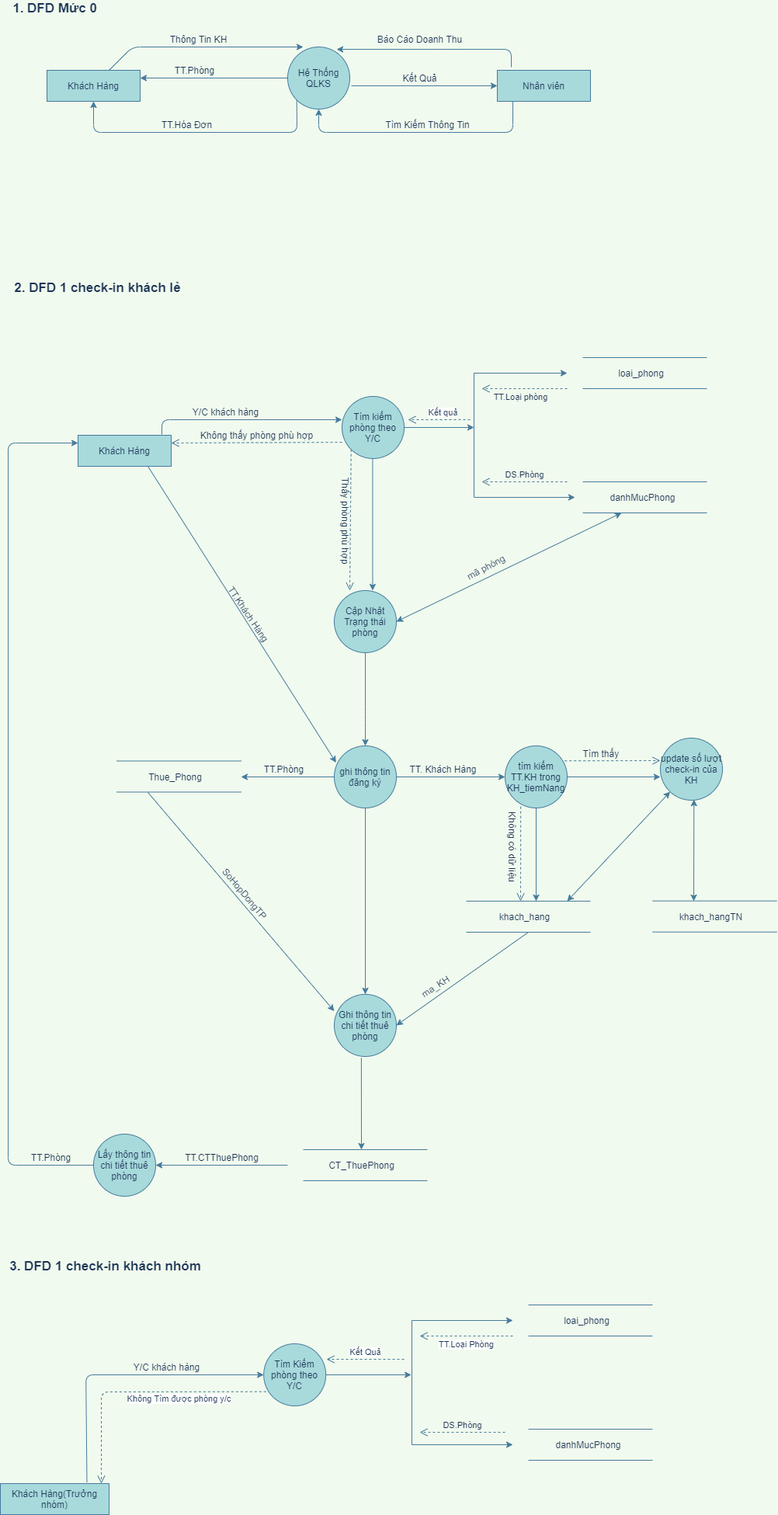
The draw.io diagram DFD-hotel.png in maialino123/QLKS, before a commit. Source tidied: cells renumbered, new cells last; positions are measured from the earlier drawing's top-left corner, leaving out a move shared by most shapes.
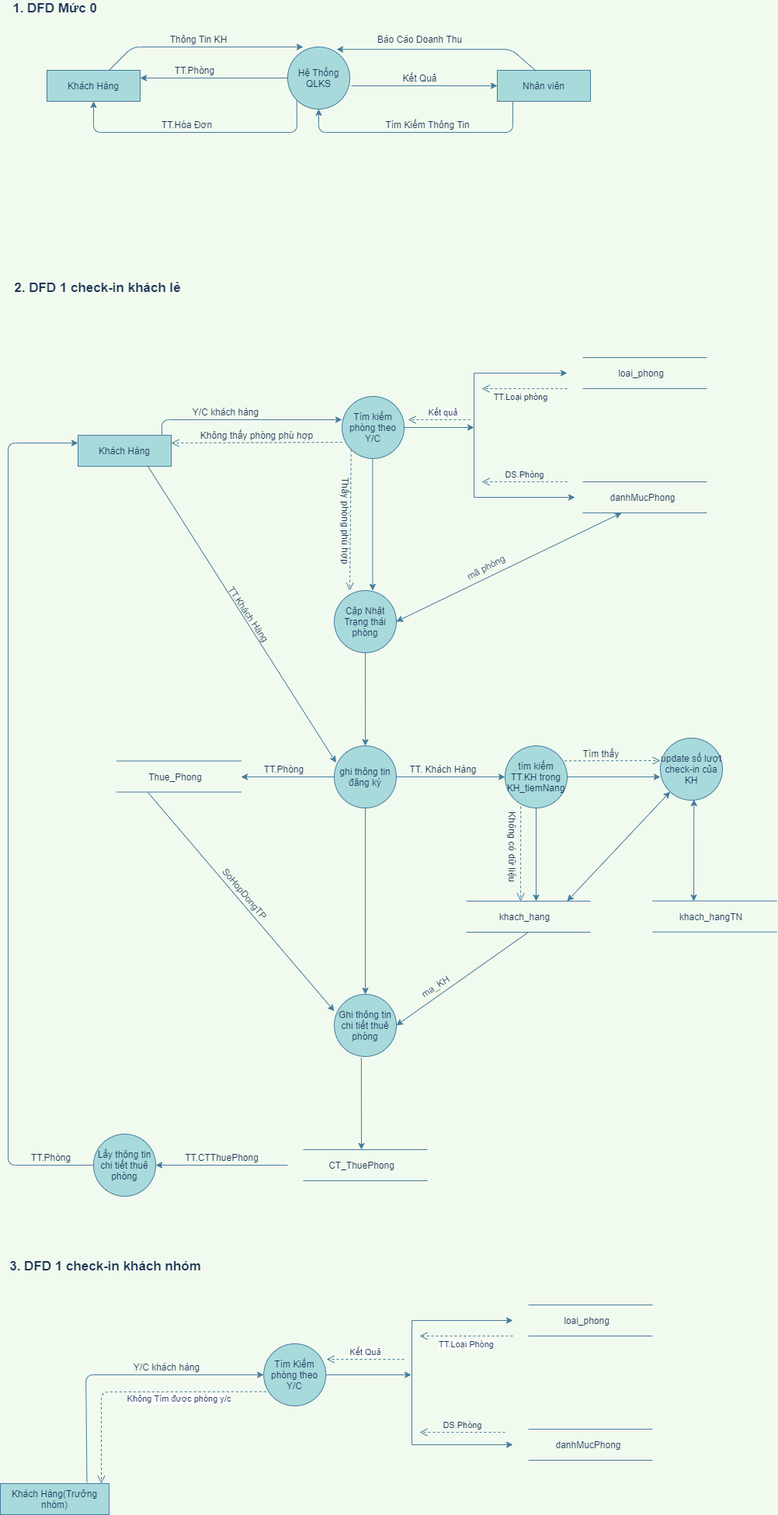
Later version of the same file.

What changed in the source:
```diff
@@ -43,7 +43,7 @@
     <mxCell id="11" value="TT.Hóa Đơn" style="text;html=1;align=center;verticalAlign=middle;fontColor=#1D3557;" parent="1" vertex="1">
       <mxGeometry x="200" y="150" width="80" height="20" as="geometry" />
     </mxCell>
-    <mxCell id="12" style="endArrow=classic;html=1;entryX=0.788;entryY=0.038;entryDx=0;entryDy=0;entryPerimeter=0;exitX=0.15;exitY=-0.1;exitDx=0;exitDy=0;exitPerimeter=0;labelBackgroundColor=#F1FAEE;strokeColor=#457B9D;fontColor=#1D3557;" parent="1" edge="1" source="4" target="6">
+    <mxCell id="12" style="endArrow=classic;html=1;entryX=0.788;entryY=0.038;entryDx=0;entryDy=0;entryPerimeter=0;labelBackgroundColor=#F1FAEE;strokeColor=#457B9D;fontColor=#1D3557;exitX=0.415;exitY=0.021;exitDx=0;exitDy=0;exitPerimeter=0;" parent="1" edge="1" source="4" target="6">
       <mxGeometry relative="1" as="geometry">
         <Array as="points">
           <mxPoint x="658" y="63" />
```
